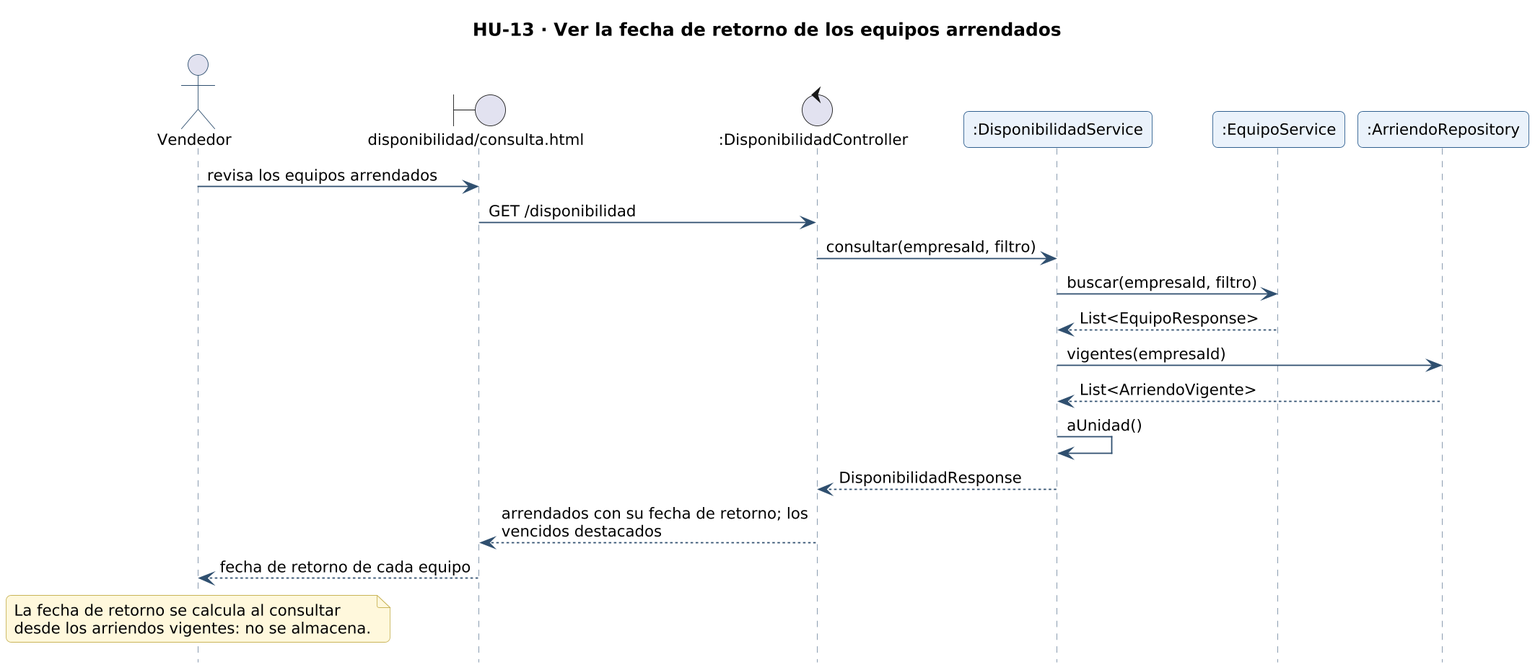
This is docs/diagramas/secuencia-hu-13.png from gonzaloarenasduoc/Mira, a PlantUML export, as it was before one commit.
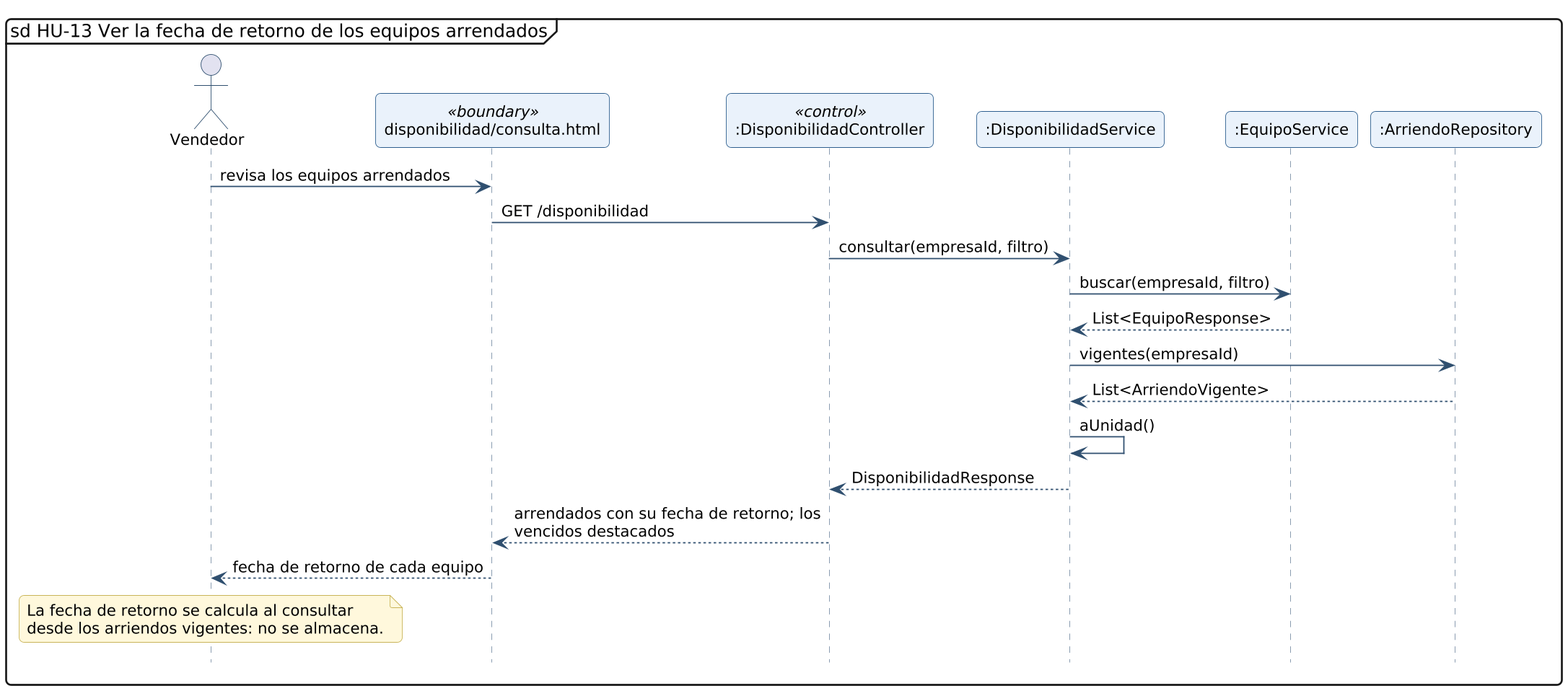
Later version of the same file.

Diff of the diagram source:
```diff
@@ -3,10 +3,10 @@
 hide footbox
 skinparam maxMessageSize 260
 skinparam sequenceMessageAlign left
-title HU-13 · Ver la fecha de retorno de los equipos arrendados
+mainframe sd HU-13 Ver la fecha de retorno de los equipos arrendados
 actor "Vendedor" as A
-boundary "disponibilidad/consulta.html" as L_VISTA_disponibilidad_consulta
-control ":DisponibilidadController" as L_DisponibilidadController
+participant "disponibilidad/consulta.html" as L_VISTA_disponibilidad_consulta <<boundary>>
+participant ":DisponibilidadController" as L_DisponibilidadController <<control>>
 participant ":DisponibilidadService" as L_DisponibilidadService
 participant ":EquipoService" as L_EquipoService
 participant ":ArriendoRepository" as L_ArriendoRepository
```
